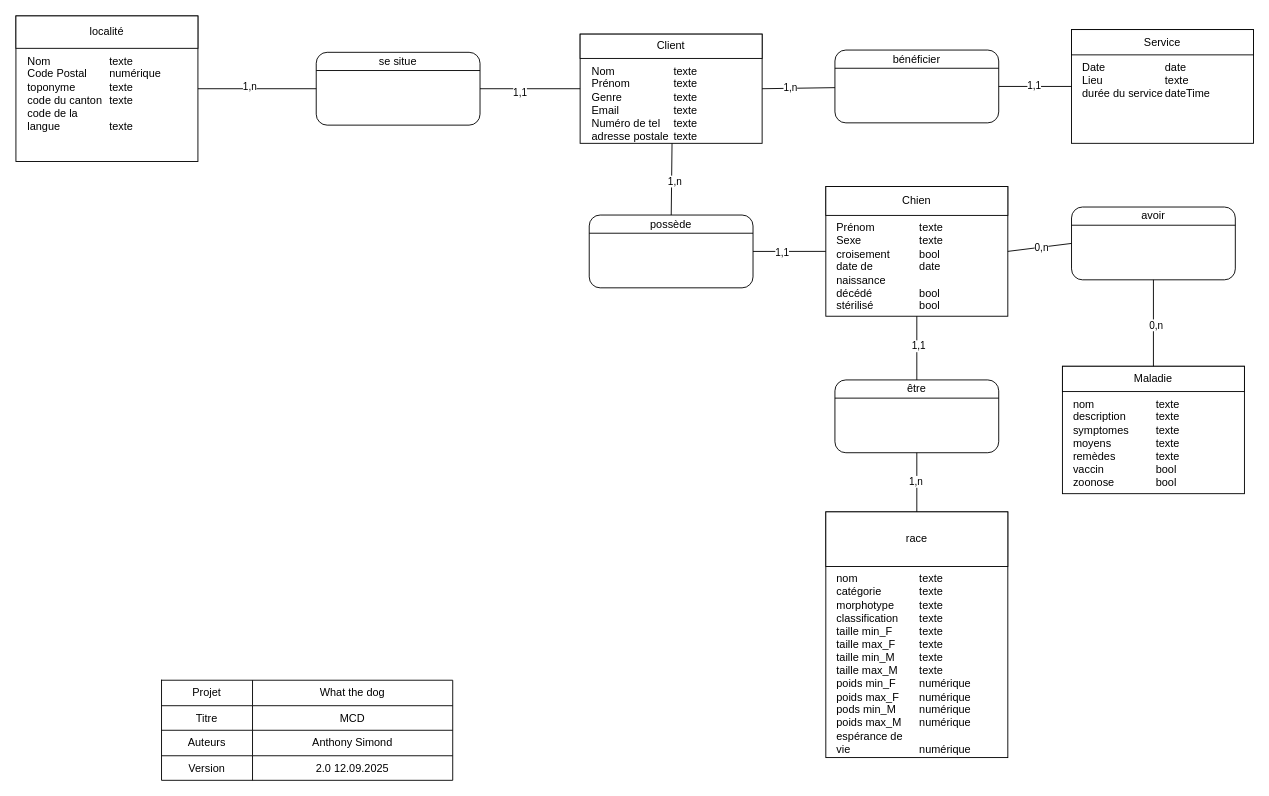
Above: What the dog.drawio in Anthony10012/ProjBackend_WhatTheDog (draw.io), before the change. Source tidied: cells renumbered, new cells numbered last; positions are measured from the earlier drawing's top-left corner, leaving out a move shared by most shapes. Both pictures are drawn from the tidied source at 91%, with x=0, y=0 at pixel (15, 15).
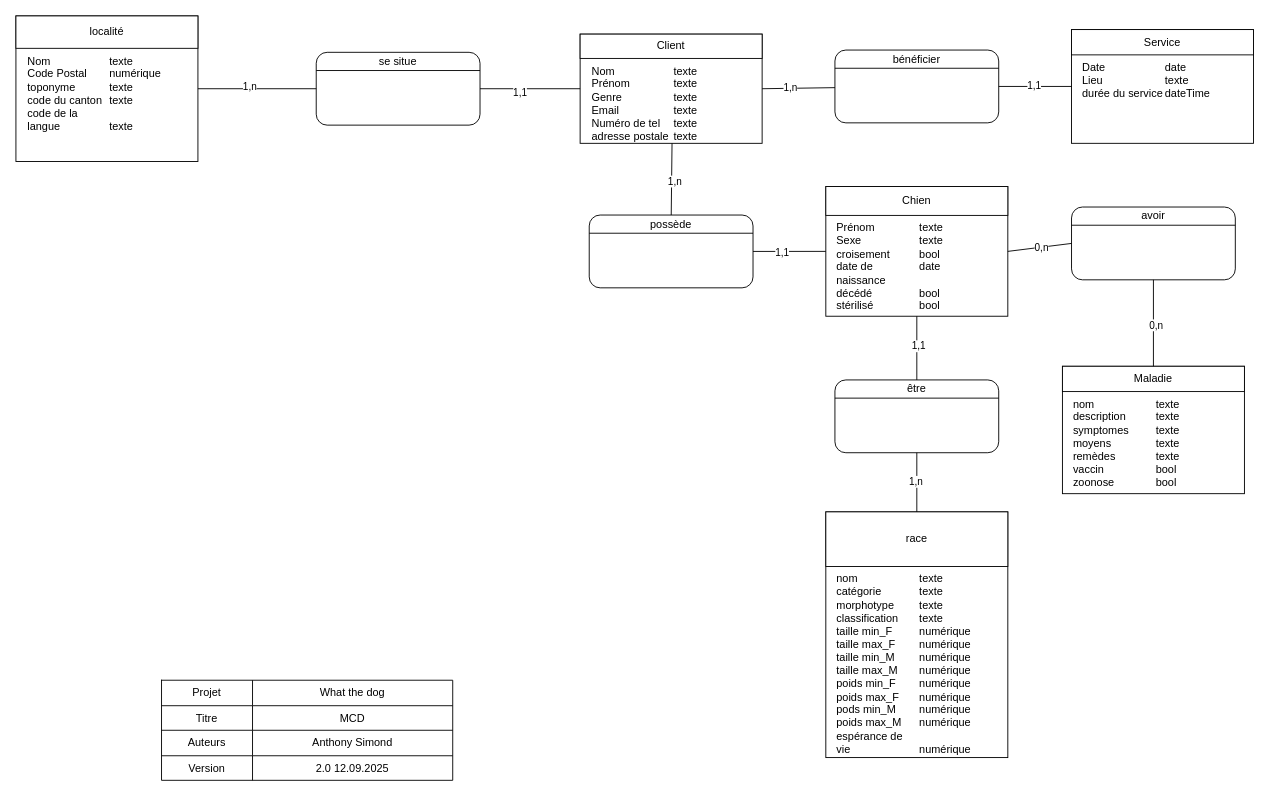
Above is the later version.

Unchanged cells that the change refers to:
```xml
<mxCell id="39" style="group;" parent="1" vertex="1">
  <mxGeometry x="890" y="545" width="200" height="270" as="geometry" />
</mxCell>
```

The edit, as a diff of the source:
```diff
@@
-    <mxCell id="43" value="&lt;div&gt;&lt;div&gt;texte&lt;/div&gt;&lt;/div&gt;&lt;div&gt;texte&lt;/div&gt;&lt;div&gt;texte&lt;/div&gt;&lt;div&gt;texte&lt;/div&gt;&lt;div&gt;texte&lt;/div&gt;&lt;div&gt;texte&lt;/div&gt;&lt;div&gt;texte&lt;/div&gt;&lt;div&gt;texte&lt;/div&gt;&lt;div&gt;numérique&lt;/div&gt;&lt;div&gt;numérique&lt;/div&gt;&lt;div&gt;numérique&lt;/div&gt;&lt;div&gt;numérique&lt;/div&gt;&lt;div&gt;&lt;br&gt;&lt;/div&gt;&lt;div&gt;numérique&lt;/div&gt;" style="text;html=1;strokeColor=none;fillColor=none;align=left;verticalAlign=top;whiteSpace=wrap;rounded=0;" parent="39" vertex="1">
+    <mxCell id="43" value="&lt;div&gt;&lt;div&gt;texte&lt;/div&gt;&lt;/div&gt;&lt;div&gt;texte&lt;/div&gt;&lt;div&gt;texte&lt;/div&gt;&lt;div&gt;texte&lt;/div&gt;&lt;div&gt;numérique&lt;/div&gt;&lt;div&gt;numérique&lt;/div&gt;&lt;div&gt;numérique&lt;/div&gt;&lt;div&gt;numérique&lt;/div&gt;&lt;div&gt;numérique&lt;/div&gt;&lt;div&gt;numérique&lt;/div&gt;&lt;div&gt;numérique&lt;/div&gt;&lt;div&gt;numérique&lt;/div&gt;&lt;div&gt;&lt;br&gt;&lt;/div&gt;&lt;div&gt;numérique&lt;/div&gt;" style="text;html=1;strokeColor=none;fillColor=none;align=left;verticalAlign=top;whiteSpace=wrap;rounded=0;" parent="39" vertex="1">
       <mxGeometry x="101" y="60" width="90" height="150" as="geometry" />
     </mxCell>
```
